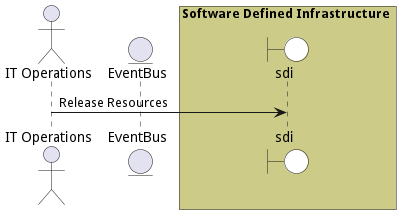
The PlantUML diagram docs/edgemere/sdi/usecases/ManageResources/ReleaseResources.png in madajaju/edgemere, before a commit. The source it was exported from:
```plantuml
@startuml

actor "IT Operations"


entity EventBus

box Software Defined Infrastructure #cccc88
    boundary sdi #white
end box



"IT Operations" -> sdi: Release Resources



@enduml
```
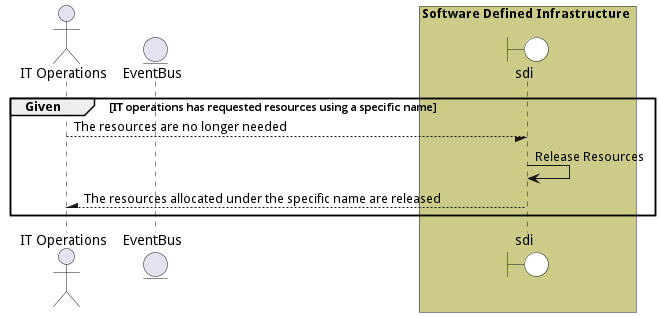
Later version of the same file.

The edit, as a diff of the source:
```diff
@@ -1,4 +1,5 @@
 @startuml
+
 
 actor "IT Operations"
 
@@ -10,9 +11,16 @@
 end box
 
 
+group Given [IT operations has requested resources using a specific name]
 
-"IT Operations" -> sdi: Release Resources
+"IT Operations" --/ sdi: The resources are no longer needed
+"sdi" -> sdi: Release Resources
 
 
 
+"IT Operations" /-- sdi: The resources allocated under the specific name are released
+
+
+end
+
 @enduml
```
